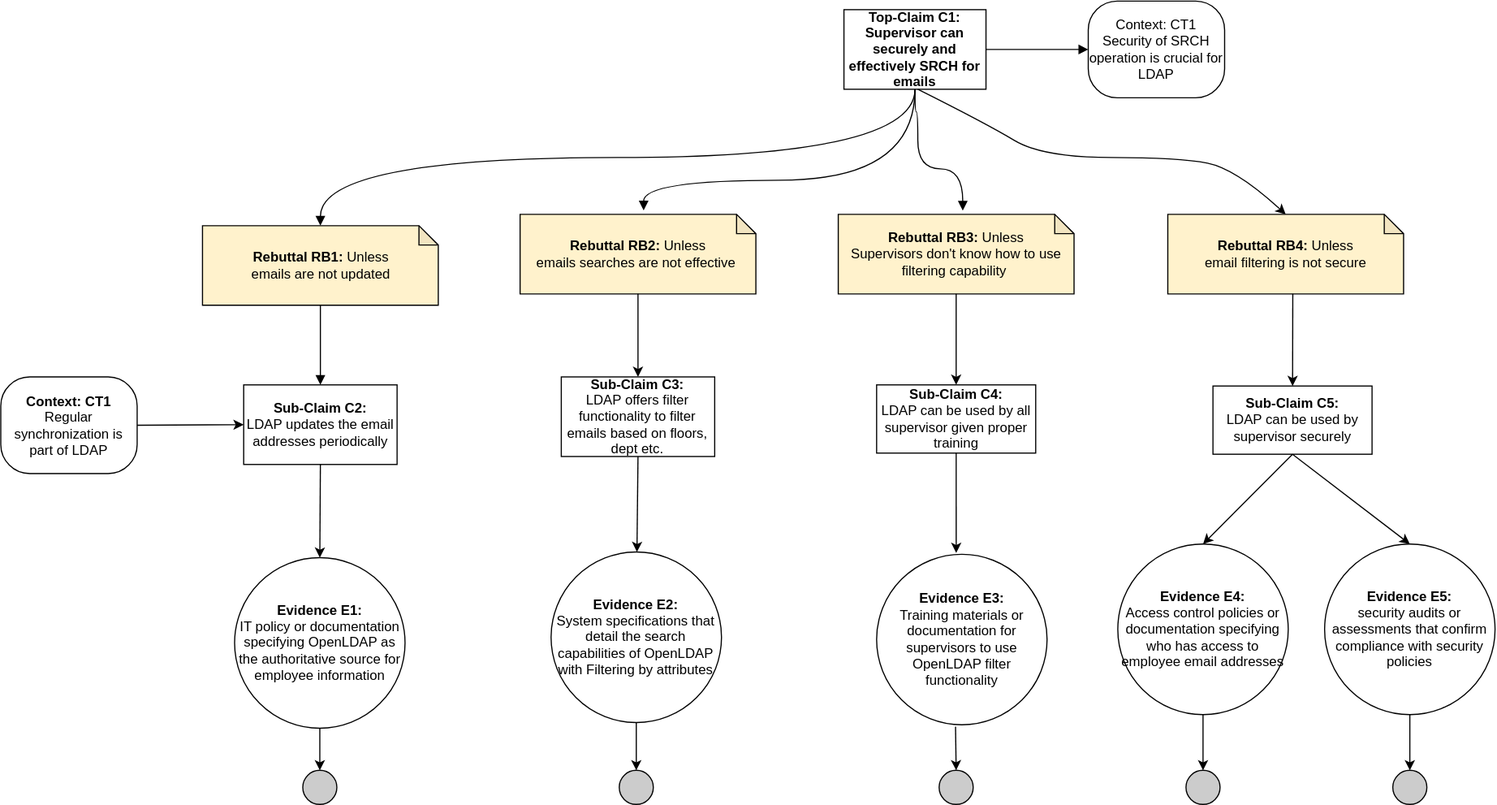
bartelsjoshuac/SAPG keeps this draw.io diagram as images/SRCH.svg. Above is the earlier version. Source tidied: cells renumbered, new cells last; positions are measured from the earlier drawing's top-left corner, leaving out a move shared by most shapes.
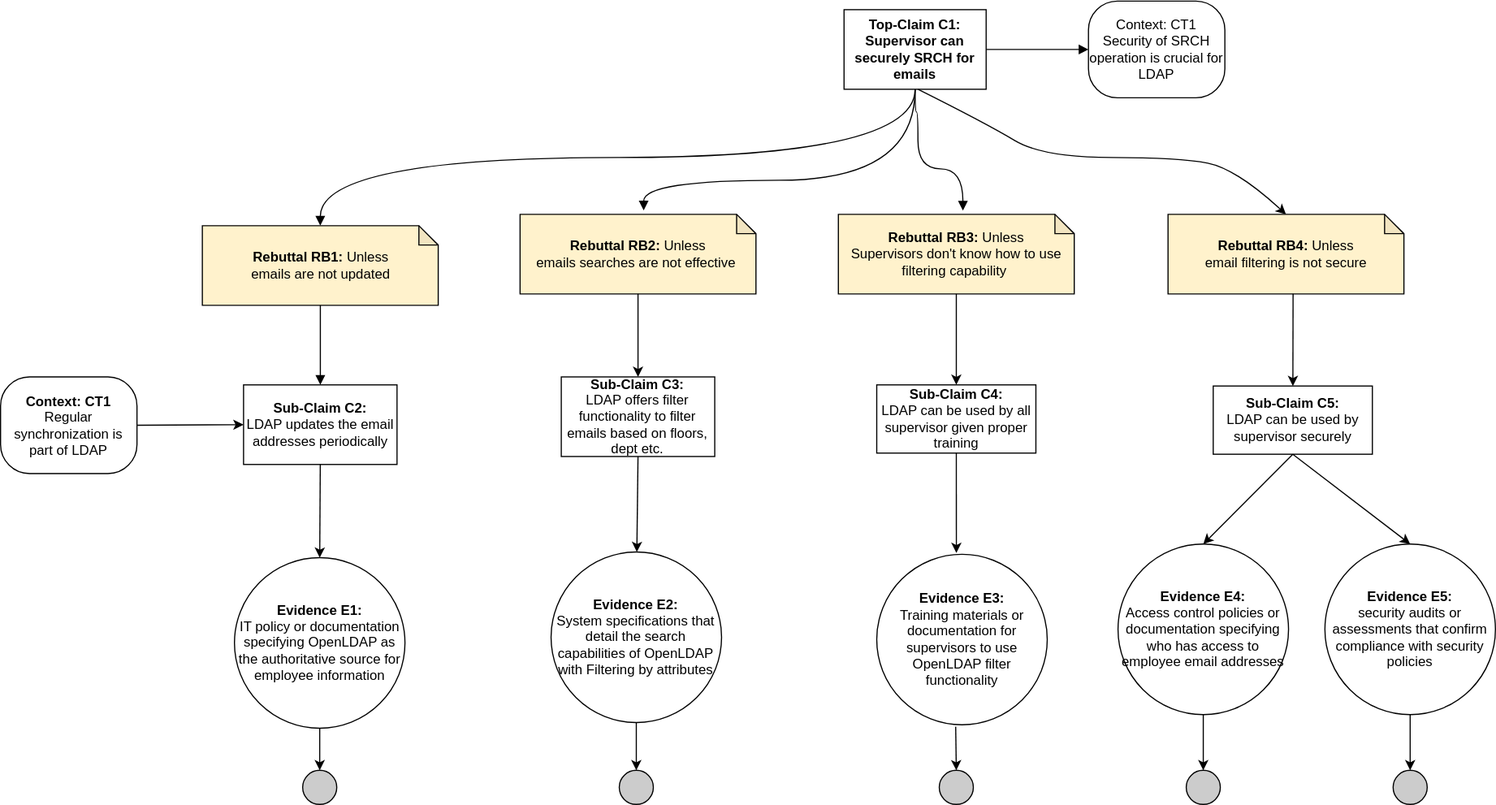
The same file after the commit.

Change to the diagram source:
```diff
@@ -13,7 +13,7 @@
         </Array>
       </mxGeometry>
     </mxCell>
-    <mxCell id="4" value="&lt;b&gt;Top-Claim C1:&lt;br&gt;Supervisor can securely and effectively SRCH for emails&lt;br&gt;&lt;/b&gt;" style="rounded=0;whiteSpace=wrap;html=1;" parent="1" vertex="1">
+    <mxCell id="4" value="&lt;b&gt;Top-Claim C1:&lt;br&gt;Supervisor can securely SRCH for emails&lt;br&gt;&lt;/b&gt;" style="rounded=0;whiteSpace=wrap;html=1;" parent="1" vertex="1">
       <mxGeometry x="742" y="8" width="125" height="70" as="geometry" />
     </mxCell>
     <mxCell id="5" value="Context: CT1&lt;br&gt;Security of SRCH operation is crucial for LDAP" style="rounded=1;whiteSpace=wrap;html=1;arcSize=30;" parent="1" vertex="1">
```
